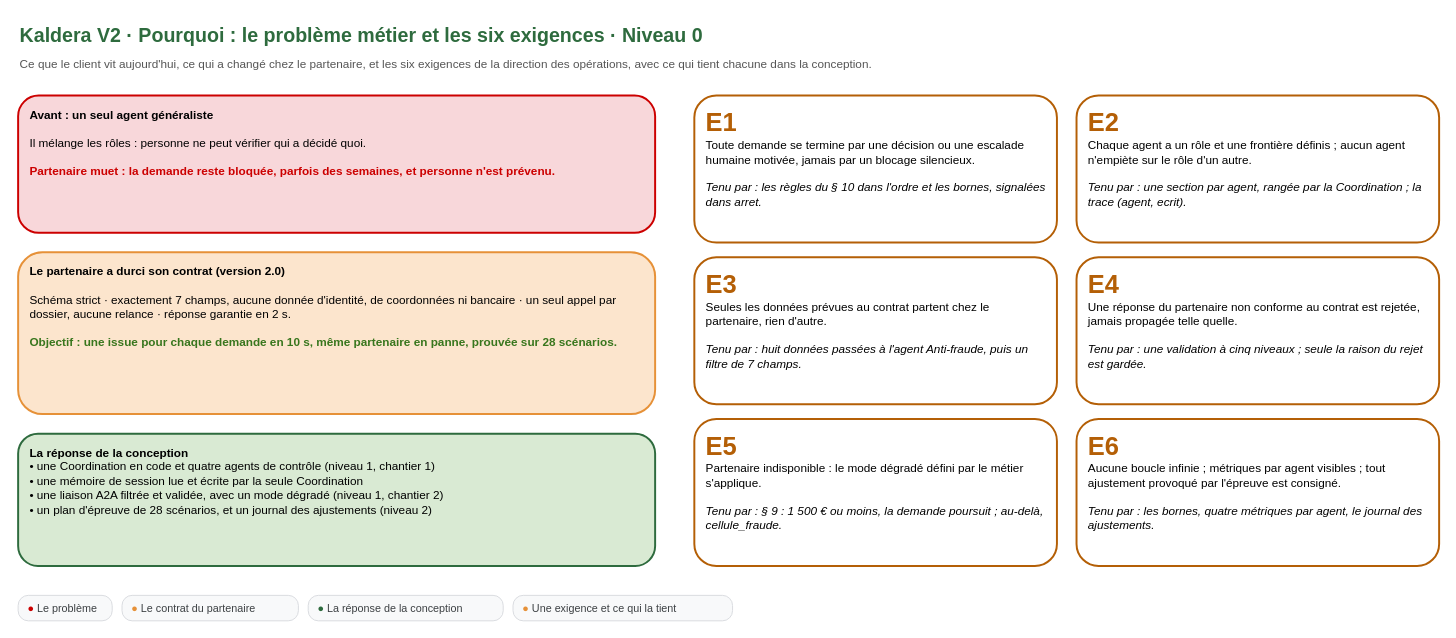
Before: conception/schemas/schema-N0-enjeux-exigences.drawio in Ganda15/kaldera-bout-en-bout_v2, a draw.io diagram. Source tidied: cells renumbered, new cells numbered last; positions are measured from the earlier drawing's top-left corner, leaving out a move shared by most shapes. Both pictures are drawn from the tidied source at 98%, with x=0, y=0 at pixel (18, 17).
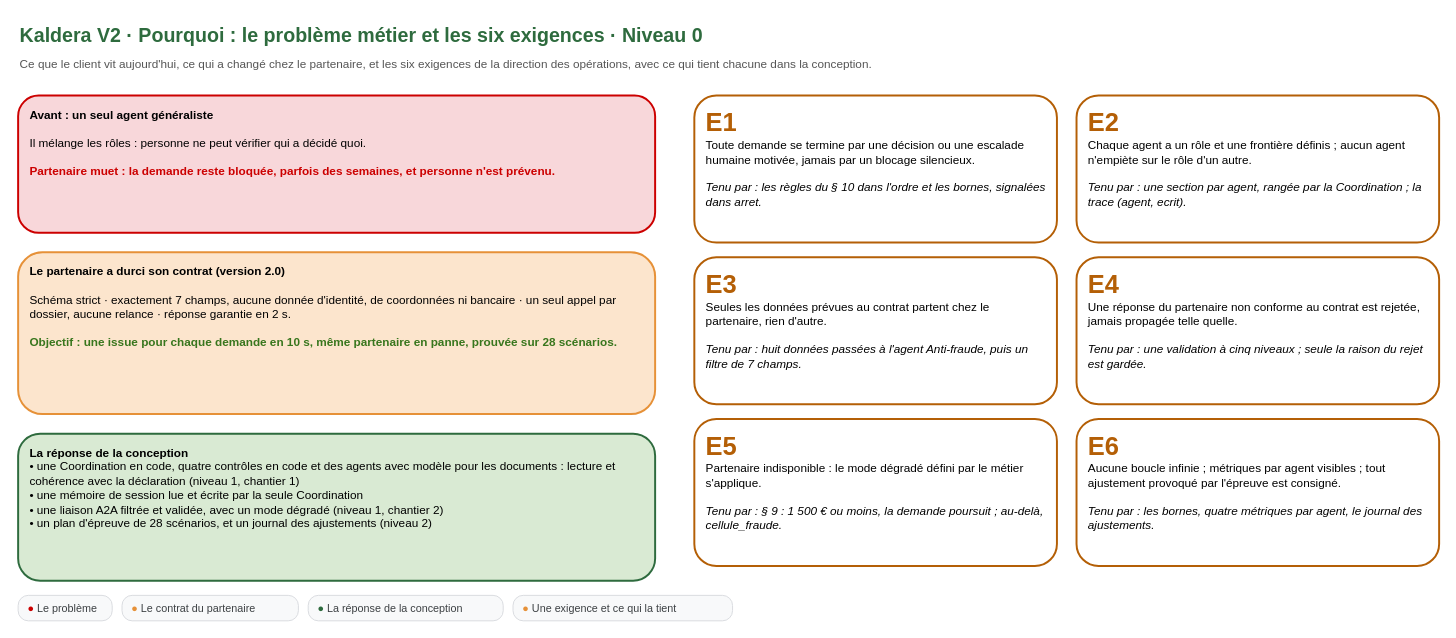
The same diagram, later.

Commit message (it also covers changes not shown here):
docs(schemas): schemas 0, 2, 3, 7 et N0 alignes sur l'agent Documents et coherence (depot de conception 9387fa4)

Diff of the diagram source:
```diff
@@
 <mxGraphModel>
   <root>
     <mxCell id="0" />
     <mxCell id="1" parent="0" />
     <mxCell id="2" value="Kaldera V2 · Pourquoi : le problème métier et les six exigences · Niveau 0" style="text;html=1;fontFamily=Arial;fontSize=20;fontStyle=1;fontColor=#2E6B3E;align=left;verticalAlign=top;" parent="1" vertex="1">
       <mxGeometry width="1300" height="30" as="geometry" />
     </mxCell>
     <mxCell id="3" value="Ce que le client vit aujourd'hui, ce qui a changé chez le partenaire, et les six exigences de la direction des opérations, avec ce qui tient chacune dans la conception." style="text;html=1;fontFamily=Arial;fontSize=12;fontColor=#555555;align=left;verticalAlign=top;whiteSpace=wrap;" parent="1" vertex="1">
       <mxGeometry y="34" width="1440" height="22" as="geometry" />
     </mxCell>
     <mxCell id="4" value="&lt;b&gt;Avant : un seul agent généraliste&lt;/b&gt;&lt;br&gt;&lt;br&gt;Il mélange les rôles : personne ne peut vérifier qui a décidé quoi.&lt;br&gt;&lt;br&gt;&lt;font color=&quot;#cc0000&quot;&gt;&lt;b&gt;Partenaire muet : la demande reste bloquée, parfois des semaines, et personne n'est prévenu.&lt;/b&gt;&lt;/font&gt;" style="whiteSpace=wrap;html=1;fontFamily=Arial;fontSize=12;align=left;spacingLeft=10;spacingRight=8;verticalAlign=top;spacingTop=6;rounded=1;fillColor=#f8d7da;strokeColor=#cc0000;strokeWidth=2;" parent="1" vertex="1">
       <mxGeometry y="80" width="650" height="140" as="geometry" />
     </mxCell>
     <mxCell id="5" value="&lt;b&gt;Le partenaire a durci son contrat (version 2.0)&lt;/b&gt;&lt;br&gt;&lt;br&gt;Schéma strict · exactement 7 champs, aucune donnée d'identité, de coordonnées ni bancaire · un seul appel par dossier, aucune relance · réponse garantie en 2 s.&lt;br&gt;&lt;br&gt;&lt;font color=&quot;#38761d&quot;&gt;&lt;b&gt;Objectif : une issue pour chaque demande en 10 s, même partenaire en panne, prouvée sur 28 scénarios.&lt;/b&gt;&lt;/font&gt;" style="whiteSpace=wrap;html=1;fontFamily=Arial;fontSize=12;align=left;spacingLeft=10;spacingRight=8;verticalAlign=top;spacingTop=6;rounded=1;fillColor=#fce5cd;strokeColor=#e69138;strokeWidth=2;" parent="1" vertex="1">
       <mxGeometry y="240" width="650" height="165" as="geometry" />
     </mxCell>
-    <mxCell id="6" value="&lt;b&gt;La réponse de la conception&lt;/b&gt;&lt;br&gt;• une Coordination en code et quatre agents de contrôle (niveau 1, chantier 1)&lt;br&gt;• une mémoire de session lue et écrite par la seule Coordination&lt;br&gt;• une liaison A2A filtrée et validée, avec un mode dégradé (niveau 1, chantier 2)&lt;br&gt;• un plan d'épreuve de 28 scénarios, et un journal des ajustements (niveau 2)" style="whiteSpace=wrap;html=1;fontFamily=Arial;fontSize=12;align=left;spacingLeft=10;spacingRight=8;verticalAlign=top;spacingTop=6;rounded=1;fillColor=#d9ead3;strokeColor=#2E6B3E;strokeWidth=2;" parent="1" vertex="1">
-      <mxGeometry y="425" width="650" height="135" as="geometry" />
+    <mxCell id="6" value="&lt;b&gt;La réponse de la conception&lt;/b&gt;&lt;br&gt;• une Coordination en code, quatre contrôles en code et des agents avec modèle pour les documents : lecture et cohérence avec la déclaration (niveau 1, chantier 1)&lt;br&gt;• une mémoire de session lue et écrite par la seule Coordination&lt;br&gt;• une liaison A2A filtrée et validée, avec un mode dégradé (niveau 1, chantier 2)&lt;br&gt;• un plan d'épreuve de 28 scénarios, et un journal des ajustements (niveau 2)" style="whiteSpace=wrap;html=1;fontFamily=Arial;fontSize=12;align=left;spacingLeft=10;spacingRight=8;verticalAlign=top;spacingTop=6;rounded=1;fillColor=#d9ead3;strokeColor=#2E6B3E;strokeWidth=2;" parent="1" vertex="1">
+      <mxGeometry y="425" width="650" height="150" as="geometry" />
     </mxCell>
     <mxCell id="7" value="&lt;font style=&quot;font-size:26px&quot; color=&quot;#b45f06&quot;&gt;&lt;b&gt;E1&lt;/b&gt;&lt;/font&gt;&lt;br&gt;Toute demande se termine par une décision ou une escalade humaine motivée, jamais par un blocage silencieux.&lt;br&gt;&lt;br&gt;&lt;i&gt;Tenu par : les règles du § 10 dans l'ordre et les bornes, signalées dans arret.&lt;/i&gt;" style="whiteSpace=wrap;html=1;fontFamily=Arial;fontSize=12;align=left;spacingLeft=10;spacingRight=8;verticalAlign=top;spacingTop=6;rounded=1;fillColor=#ffffff;strokeColor=#b45f06;strokeWidth=2;" parent="1" vertex="1">
       <mxGeometry x="690" y="80" width="370" height="150" as="geometry" />
     </mxCell>
     <mxCell id="8" value="&lt;font style=&quot;font-size:26px&quot; color=&quot;#b45f06&quot;&gt;&lt;b&gt;E2&lt;/b&gt;&lt;/font&gt;&lt;br&gt;Chaque agent a un rôle et une frontière définis ; aucun agent n'empiète sur le rôle d'un autre.&lt;br&gt;&lt;br&gt;&lt;i&gt;Tenu par : une section par agent, rangée par la Coordination ; la trace (agent, ecrit).&lt;/i&gt;" style="whiteSpace=wrap;html=1;fontFamily=Arial;fontSize=12;align=left;spacingLeft=10;spacingRight=8;verticalAlign=top;spacingTop=6;rounded=1;fillColor=#ffffff;strokeColor=#b45f06;strokeWidth=2;" parent="1" vertex="1">
       <mxGeometry x="1080" y="80" width="370" height="150" as="geometry" />
     </mxCell>
     <mxCell id="9" value="&lt;font style=&quot;font-size:26px&quot; color=&quot;#b45f06&quot;&gt;&lt;b&gt;E3&lt;/b&gt;&lt;/font&gt;&lt;br&gt;Seules les données prévues au contrat partent chez le partenaire, rien d'autre.&lt;br&gt;&lt;br&gt;&lt;i&gt;Tenu par : huit données passées à l'agent Anti-fraude, puis un filtre de 7 champs.&lt;/i&gt;" style="whiteSpace=wrap;html=1;fontFamily=Arial;fontSize=12;align=left;spacingLeft=10;spacingRight=8;verticalAlign=top;spacingTop=6;rounded=1;fillColor=#ffffff;strokeColor=#b45f06;strokeWidth=2;" parent="1" vertex="1">
       <mxGeometry x="690" y="245" width="370" height="150" as="geometry" />
     </mxCell>
     <mxCell id="10" value="&lt;font style=&quot;font-size:26px&quot; color=&quot;#b45f06&quot;&gt;&lt;b&gt;E4&lt;/b&gt;&lt;/font&gt;&lt;br&gt;Une réponse du partenaire non conforme au contrat est rejetée, jamais propagée telle quelle.&lt;br&gt;&lt;br&gt;&lt;i&gt;Tenu par : une validation à cinq niveaux ; seule la raison du rejet est gardée.&lt;/i&gt;" style="whiteSpace=wrap;html=1;fontFamily=Arial;fontSize=12;align=left;spacingLeft=10;spacingRight=8;verticalAlign=top;spacingTop=6;rounded=1;fillColor=#ffffff;strokeColor=#b45f06;strokeWidth=2;" parent="1" vertex="1">
       <mxGeometry x="1080" y="245" width="370" height="150" as="geometry" />
     </mxCell>
     <mxCell id="11" value="&lt;font style=&quot;font-size:26px&quot; color=&quot;#b45f06&quot;&gt;&lt;b&gt;E5&lt;/b&gt;&lt;/font&gt;&lt;br&gt;Partenaire indisponible : le mode dégradé défini par le métier s'applique.&lt;br&gt;&lt;br&gt;&lt;i&gt;Tenu par : § 9 : 1 500 € ou moins, la demande poursuit ; au-delà, cellule_fraude.&lt;/i&gt;" style="whiteSpace=wrap;html=1;fontFamily=Arial;fontSize=12;align=left;spacingLeft=10;spacingRight=8;verticalAlign=top;spacingTop=6;rounded=1;fillColor=#ffffff;strokeColor=#b45f06;strokeWidth=2;" parent="1" vertex="1">
       <mxGeometry x="690" y="410" width="370" height="150" as="geometry" />
     </mxCell>
     <mxCell id="12" value="&lt;font style=&quot;font-size:26px&quot; color=&quot;#b45f06&quot;&gt;&lt;b&gt;E6&lt;/b&gt;&lt;/font&gt;&lt;br&gt;Aucune boucle infinie ; métriques par agent visibles ; tout ajustement provoqué par l'épreuve est consigné.&lt;br&gt;&lt;br&gt;&lt;i&gt;Tenu par : les bornes, quatre métriques par agent, le journal des ajustements.&lt;/i&gt;" style="whiteSpace=wrap;html=1;fontFamily=Arial;fontSize=12;align=left;spacingLeft=10;spacingRight=8;verticalAlign=top;spacingTop=6;rounded=1;fillColor=#ffffff;strokeColor=#b45f06;strokeWidth=2;" parent="1" vertex="1">
       <mxGeometry x="1080" y="410" width="370" height="150" as="geometry" />
     </mxCell>
     <mxCell id="13" value="&lt;font color=&quot;#cc0000&quot;&gt;&amp;#9679;&lt;/font&gt;&amp;nbsp;Le problème" style="rounded=1;whiteSpace=nowrap;html=1;fillColor=#f8f9fa;strokeColor=#dadce0;fontSize=11;fontColor=#3c4043;align=left;spacingLeft=8;verticalAlign=middle;arcSize=40;" parent="1" vertex="1">
       <mxGeometry y="590" width="96" height="26" as="geometry" />
     </mxCell>
     <mxCell id="14" value="&lt;font color=&quot;#e69138&quot;&gt;&amp;#9679;&lt;/font&gt;&amp;nbsp;Le contrat du partenaire" style="rounded=1;whiteSpace=nowrap;html=1;fillColor=#f8f9fa;strokeColor=#dadce0;fontSize=11;fontColor=#3c4043;align=left;spacingLeft=8;verticalAlign=middle;arcSize=40;" parent="1" vertex="1">
       <mxGeometry x="106" y="590" width="180" height="26" as="geometry" />
     </mxCell>
     <mxCell id="15" value="&lt;font color=&quot;#2E6B3E&quot;&gt;&amp;#9679;&lt;/font&gt;&amp;nbsp;La réponse de la conception" style="rounded=1;whiteSpace=nowrap;html=1;fillColor=#f8f9fa;strokeColor=#dadce0;fontSize=11;fontColor=#3c4043;align=left;spacingLeft=8;verticalAlign=middle;arcSize=40;" parent="1" vertex="1">
       <mxGeometry x="296" y="590" width="199" height="26" as="geometry" />
     </mxCell>
     <mxCell id="16" value="&lt;font color=&quot;#e69138&quot;&gt;&amp;#9679;&lt;/font&gt;&amp;nbsp;Une exigence et ce qui la tient" style="rounded=1;whiteSpace=nowrap;html=1;fillColor=#f8f9fa;strokeColor=#dadce0;fontSize=11;fontColor=#3c4043;align=left;spacingLeft=8;verticalAlign=middle;arcSize=40;" parent="1" vertex="1">
       <mxGeometry x="505" y="590" width="224" height="26" as="geometry" />
     </mxCell>
   </root>
 </mxGraphModel>
```
